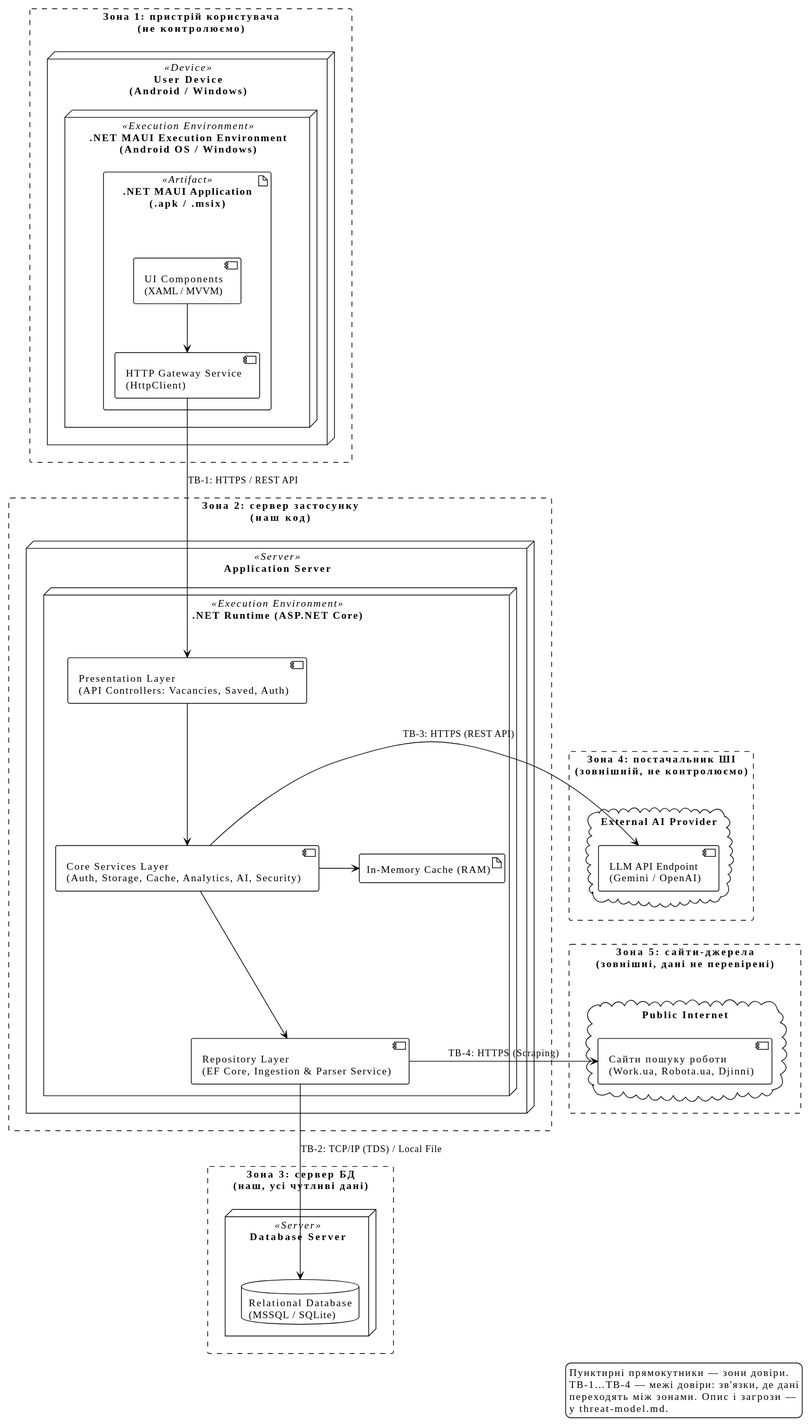
Above: docs/architecture/uml/deployment-diagram.svg in ukma-fin-ssdm-2026/waterfall (PlantUML), before the change.
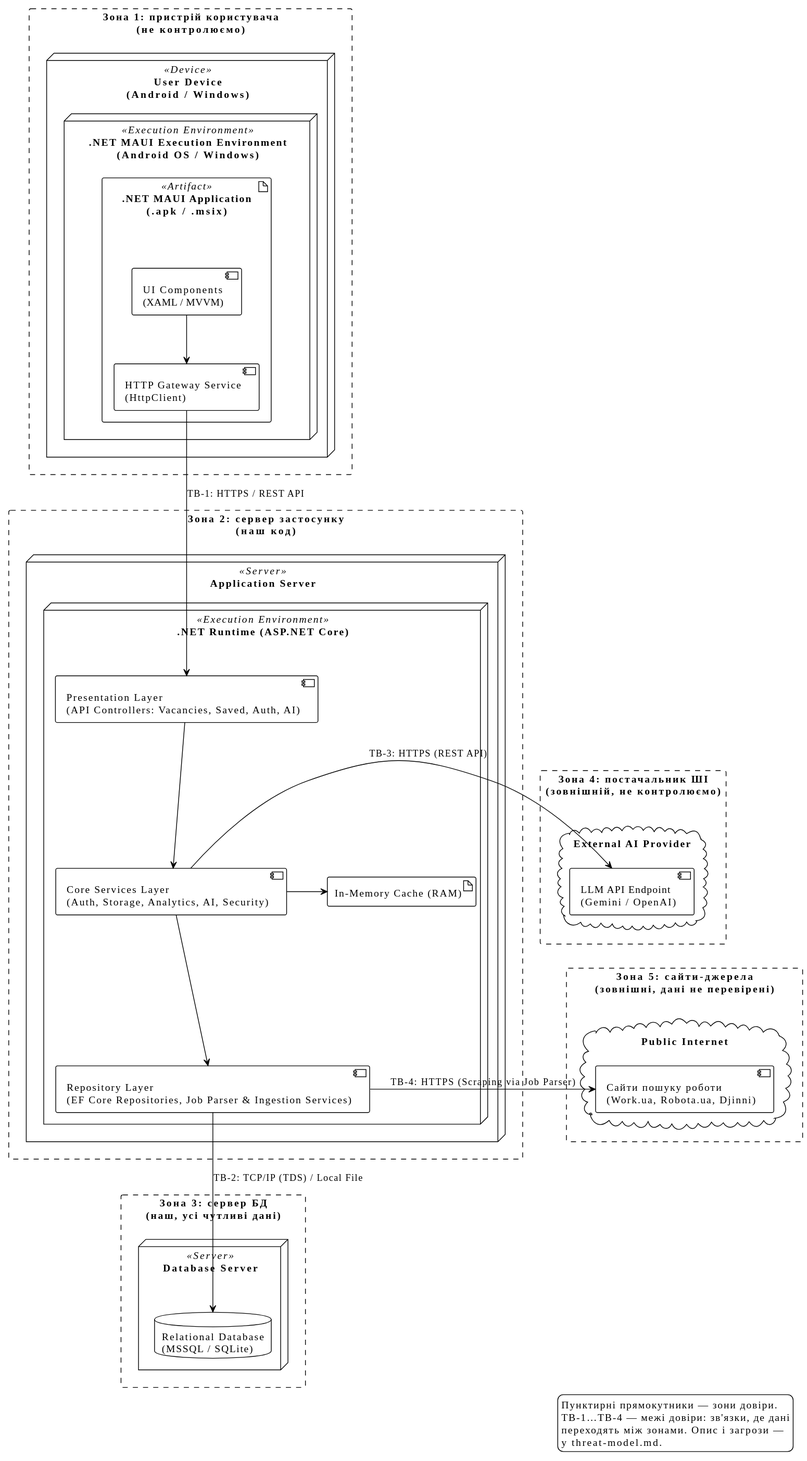
The same file after the commit.

What changed in the source:
```diff
@@ -1,5 +1,4 @@
 @startuml
-
 !theme plain
 skinparam nodesep 55
 skinparam ranksep 65
@@ -25,9 +24,9 @@
 rectangle "Зона 2: сервер застосунку\n(наш код)" as Z2 #line.dashed {
     node "Application Server" <<Server>> {
         node ".NET Runtime (ASP.NET Core)" <<Execution Environment>> {
-            component "Presentation Layer\n(API Controllers: Vacancies, Saved, Auth)" as ApiControllers
-            component "Core Services Layer\n(Auth, Storage, Cache, Analytics, AI, Security)" as CoreServices
-            component "Repository Layer\n(EF Core, Ingestion & Parser Service)" as RepoLayer
+            component "Presentation Layer\n(API Controllers: Vacancies, Saved, Auth, AI)" as ApiControllers
+            component "Core Services Layer\n(Auth, Storage, Analytics, AI, Security)" as CoreServices
+            component "Repository Layer\n(EF Core Repositories, Job Parser & Ingestion Services)" as RepoLayer
             artifact "In-Memory Cache (RAM)" as MemoryCache
 
             ApiControllers -down-> CoreServices
@@ -52,7 +51,7 @@
 ClientGateway -down-> ApiControllers : TB-1: HTTPS / REST API
 RepoLayer -down-> DB : TB-2: TCP/IP (TDS) / Local File
 CoreServices -left-> AIEndpoint : TB-3: HTTPS (REST API)
-RepoLayer -right-> JobSites : TB-4: HTTPS (Scraping)
+RepoLayer -right-> JobSites : TB-4: HTTPS (Scraping via Job Parser)
 
 legend right
   Пунктирні прямокутники — зони довіри.
```
